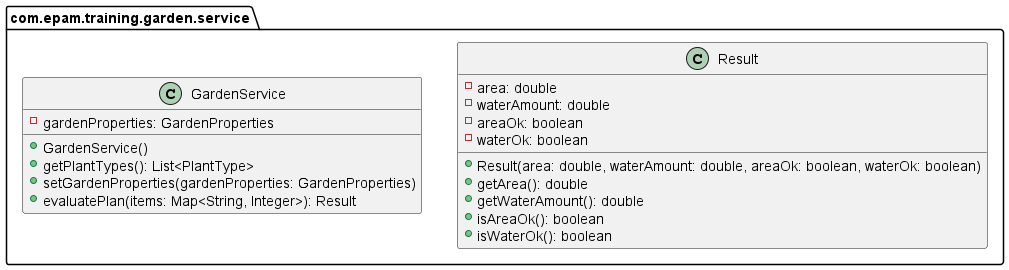
epam-mep-java/exercise-specification-images keeps this PlantUML diagram as java-basics-garden-planner/garden-planner-service.png. Above is the earlier version. Source of this version:
```plantuml
@startuml
package com.epam.training.garden.service {
class GardenService {
    -gardenProperties: GardenProperties
    +GardenService()
    +getPlantTypes(): List<PlantType>
    +setGardenProperties(gardenProperties: GardenProperties)
    +evaluatePlan(items: Map<String, Integer>): Result
}
class Result {
   -area: double
   -waterAmount: double
   -areaOk: boolean
   -waterOk: boolean
   +Result(area: double, waterAmount: double, areaOk: boolean, waterOk: boolean)
   +getArea(): double
   +getWaterAmount(): double
   +isAreaOk(): boolean
   +isWaterOk(): boolean
}
}
GardenService -[hidden]> Result
@enduml
```
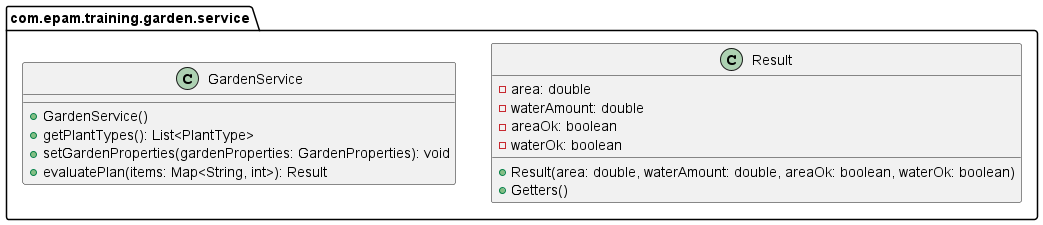
After the commit.

Commit message:
Updated Java Basics Garden Planner diagrams

Diff of the diagram source:
```diff
@@ -1,23 +1,20 @@
 @startuml
+set separator none
 package com.epam.training.garden.service {
-class GardenService {
-    -gardenProperties: GardenProperties
-    +GardenService()
-    +getPlantTypes(): List<PlantType>
-    +setGardenProperties(gardenProperties: GardenProperties)
-    +evaluatePlan(items: Map<String, Integer>): Result
+    class Result {
+        - area: double
+        - waterAmount: double
+        - areaOk: boolean
+        - waterOk: boolean
+        + Result(area: double, waterAmount: double, areaOk: boolean, waterOk: boolean)
+        + Getters()
+    }
+
+    class GardenService {
+        + GardenService()
+        + getPlantTypes(): List<PlantType>
+        + setGardenProperties(gardenProperties: GardenProperties): void
+        + evaluatePlan(items: Map<String, int>): Result
+    }
 }
-class Result {
-   -area: double
-   -waterAmount: double
-   -areaOk: boolean
-   -waterOk: boolean
-   +Result(area: double, waterAmount: double, areaOk: boolean, waterOk: boolean)
-   +getArea(): double
-   +getWaterAmount(): double
-   +isAreaOk(): boolean
-   +isWaterOk(): boolean
-}
-}
-GardenService -[hidden]> Result
 @enduml
```
